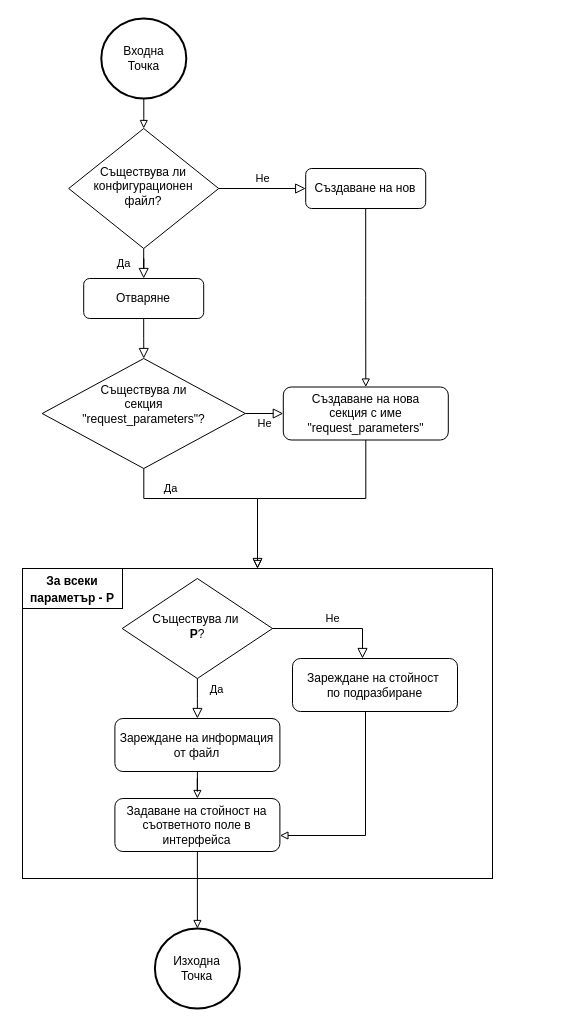
The draw.io diagram page "config" (4 of 5) of docs/Блоксхеми/technical_charts.drawio in nikolaizhnikolov/NVNA-Schedule-Exporter, before the edit. Source tidied: cells renumbered, new cells numbered last; positions are measured from the earlier drawing's top-left corner, leaving out a move shared by most shapes. Both pictures are drawn from the tidied source at 100%, with x=0, y=0 at pixel (22, 18).
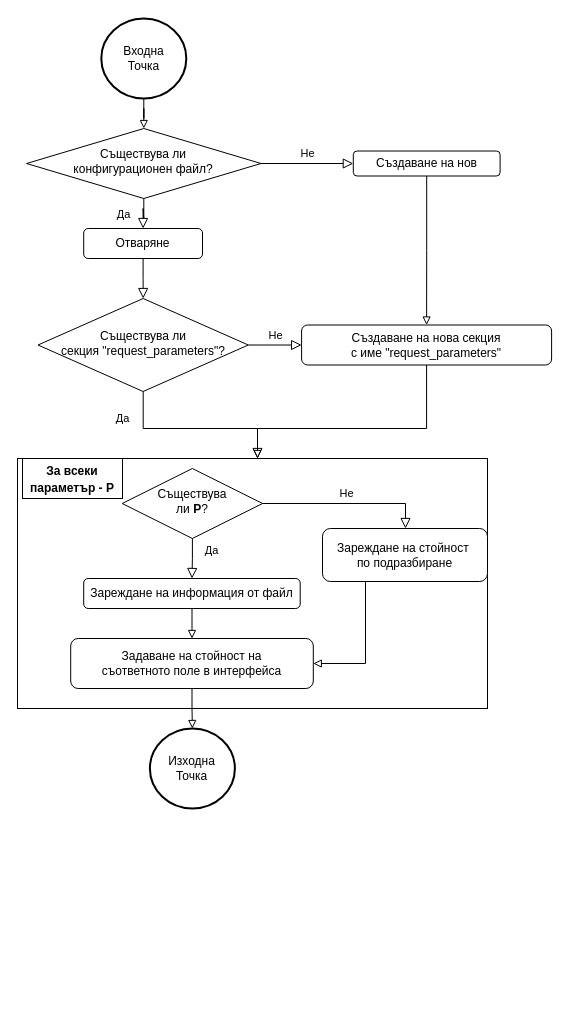
The same diagram, later.

Diff of the diagram source:
```diff
@@
     <mxCell id="2" style="rounded=0;whiteSpace=wrap;html=1;fontSize=14;" parent="1" vertex="1">
-      <mxGeometry y="550" width="470" height="310" as="geometry" />
+      <mxGeometry x="-5" y="440" width="470" height="250" as="geometry" />
     </mxCell>
     <mxCell id="3" value="&lt;font style=&quot;font-size: 12px&quot;&gt;&lt;b&gt;За всеки &lt;br&gt;параметър - P&lt;/b&gt;&lt;/font&gt;" style="rounded=0;whiteSpace=wrap;html=1;fontSize=14;" parent="1" vertex="1">
-      <mxGeometry y="550" width="100" height="40" as="geometry" />
+      <mxGeometry y="440" width="100" height="40" as="geometry" />
     </mxCell>
@@
-    <mxCell id="6" value="Съществува ли конфигурационен &lt;br&gt;файл?" style="rhombus;whiteSpace=wrap;html=1;shadow=0;fontFamily=Helvetica;fontSize=12;align=center;strokeWidth=1;spacing=6;spacingTop=-4;" parent="1" vertex="1">
-      <mxGeometry x="46.2" y="110" width="150" height="120" as="geometry" />
+    <mxCell id="6" value="Съществува ли &lt;br&gt;конфигурационен файл?" style="rhombus;whiteSpace=wrap;html=1;shadow=0;fontFamily=Helvetica;fontSize=12;align=center;strokeWidth=1;spacing=6;spacingTop=-4;" parent="1" vertex="1">
+      <mxGeometry x="4.1" y="110" width="234.4" height="70" as="geometry" />
     </mxCell>
@@
     <mxCell id="8" value="Създаване на нов" style="rounded=1;whiteSpace=wrap;html=1;fontSize=12;glass=0;strokeWidth=1;shadow=0;" parent="1" vertex="1">
-      <mxGeometry x="283.2" y="150" width="120" height="40" as="geometry" />
+      <mxGeometry x="330.8" y="132.5" width="146.8" height="25" as="geometry" />
     </mxCell>
     <mxCell id="9" value="Отваряне" style="rounded=1;whiteSpace=wrap;html=1;fontSize=12;glass=0;strokeWidth=1;shadow=0;" parent="1" vertex="1">
-      <mxGeometry x="61.2" y="260" width="120" height="40" as="geometry" />
+      <mxGeometry x="61.2" y="210" width="118.8" height="30" as="geometry" />
     </mxCell>
-    <mxCell id="10" value="Съществува ли&lt;br&gt;секция&lt;br&gt;&quot;request_parameters&quot;?&lt;br&gt;&amp;nbsp;" style="rhombus;whiteSpace=wrap;html=1;shadow=0;fontFamily=Helvetica;fontSize=12;align=center;strokeWidth=1;spacing=6;spacingTop=-4;" parent="1" vertex="1">
-      <mxGeometry x="19.7" y="340" width="203.1" height="110" as="geometry" />
+    <mxCell id="10" value="Съществува ли&lt;br&gt;секция&amp;nbsp;&quot;request_parameters&quot;?" style="rhombus;whiteSpace=wrap;html=1;shadow=0;fontFamily=Helvetica;fontSize=12;align=center;strokeWidth=1;spacing=6;spacingTop=-4;" parent="1" vertex="1">
+      <mxGeometry x="15.5" y="280" width="210.3" height="93" as="geometry" />
     </mxCell>
@@
-    <mxCell id="13" style="edgeStyle=orthogonalEdgeStyle;rounded=0;jettySize=auto;html=1;endArrow=block;endFill=0;" parent="1" edge="1" source="14">
+    <mxCell id="13" style="edgeStyle=orthogonalEdgeStyle;rounded=0;jettySize=auto;html=1;endArrow=block;endFill=0;" parent="1" edge="1" source="14" target="2">
       <mxGeometry relative="1" as="geometry">
-        <mxPoint x="235" y="550" as="targetPoint" />
         <Array as="points">
-          <mxPoint x="343" y="480" />
-          <mxPoint x="235" y="480" />
+          <mxPoint x="404" y="410" />
+          <mxPoint x="235" y="410" />
         </Array>
       </mxGeometry>
     </mxCell>
-    <mxCell id="14" value="Създаване на нова&lt;br&gt;секция с име&lt;br&gt;&quot;request_parameters&quot;" style="rounded=1;whiteSpace=wrap;html=1;fontSize=12;glass=0;strokeWidth=1;shadow=0;" parent="1" vertex="1">
-      <mxGeometry x="260.8" y="368.5" width="165" height="53" as="geometry" />
+    <mxCell id="14" value="Създаване на нова секция &lt;br&gt;с име &quot;request_parameters&quot;" style="rounded=1;whiteSpace=wrap;html=1;fontSize=12;glass=0;strokeWidth=1;shadow=0;" parent="1" vertex="1">
+      <mxGeometry x="279.1" y="306.5" width="250" height="40" as="geometry" />
     </mxCell>
@@
     <mxCell id="16" value="Зареждане на информация от файл" style="rounded=1;whiteSpace=wrap;html=1;fontSize=12;glass=0;strokeWidth=1;shadow=0;" parent="1" vertex="1">
-      <mxGeometry x="92.4" y="700" width="165" height="53" as="geometry" />
+      <mxGeometry x="61.2" y="560" width="216.5" height="30" as="geometry" />
     </mxCell>
-    <mxCell id="17" value="Да" style="rounded=0;html=1;jettySize=auto;fontSize=11;endArrow=block;endFill=0;endSize=8;strokeWidth=1;shadow=0;labelBackgroundColor=none;edgeStyle=orthogonalEdgeStyle;" parent="1" edge="1" source="10">
-      <mxGeometry x="-0.47" y="10" relative="1" as="geometry">
-        <mxPoint x="235" y="550" as="targetPoint" />
+    <mxCell id="17" value="Да" style="rounded=0;html=1;jettySize=auto;fontSize=11;endArrow=block;endFill=0;endSize=8;strokeWidth=1;shadow=0;labelBackgroundColor=none;edgeStyle=orthogonalEdgeStyle;" parent="1" edge="1" source="10" target="2">
+      <mxGeometry x="-0.7" y="-21" relative="1" as="geometry">
         <Array as="points">
-          <mxPoint x="121" y="480" />
-          <mxPoint x="235" y="480" />
+          <mxPoint x="121" y="410" />
+          <mxPoint x="235" y="410" />
         </Array>
       </mxGeometry>
     </mxCell>
     <mxCell id="18" style="edgeStyle=orthogonalEdgeStyle;rounded=0;jettySize=auto;html=1;endArrow=block;endFill=0;fontSize=14;" parent="1" edge="1" source="19" target="24">
       <mxGeometry relative="1" as="geometry">
         <Array as="points">
-          <mxPoint x="343" y="817" />
+          <mxPoint x="343" y="645" />
         </Array>
       </mxGeometry>
     </mxCell>
     <mxCell id="19" value="Зареждане на стойност&amp;nbsp;&lt;br&gt;по подразбиране" style="rounded=1;whiteSpace=wrap;html=1;fontSize=12;glass=0;strokeWidth=1;shadow=0;" parent="1" vertex="1">
-      <mxGeometry x="270" y="640" width="165" height="53" as="geometry" />
+      <mxGeometry x="300" y="510" width="165" height="53" as="geometry" />
     </mxCell>
-    <mxCell id="20" value="Съществува ли&amp;nbsp;&lt;br&gt;&lt;b&gt;P&lt;/b&gt;?" style="rhombus;whiteSpace=wrap;html=1;shadow=0;fontFamily=Helvetica;fontSize=12;align=center;strokeWidth=1;spacing=6;spacingTop=-4;" parent="1" vertex="1">
-      <mxGeometry x="99.7" y="560" width="150.3" height="100" as="geometry" />
+    <mxCell id="20" value="Съществува &lt;br&gt;ли&amp;nbsp;&lt;b&gt;P&lt;/b&gt;?" style="rhombus;whiteSpace=wrap;html=1;shadow=0;fontFamily=Helvetica;fontSize=12;align=center;strokeWidth=1;spacing=6;spacingTop=-4;" parent="1" vertex="1">
+      <mxGeometry x="99.7" y="450" width="140.3" height="70" as="geometry" />
     </mxCell>
@@
     <mxCell id="22" value="Не" style="edgeStyle=orthogonalEdgeStyle;rounded=0;html=1;jettySize=auto;fontSize=11;endArrow=block;endFill=0;endSize=8;strokeWidth=1;shadow=0;labelBackgroundColor=none;" parent="1" edge="1" source="20" target="19">
       <mxGeometry y="10" relative="1" as="geometry">
         <Array as="points">
-          <mxPoint x="340" y="610" />
+          <mxPoint x="383" y="485" />
         </Array>
       </mxGeometry>
     </mxCell>
@@
-    <mxCell id="24" value="Задаване на стойност на съответното поле в интерфейса" style="rounded=1;whiteSpace=wrap;html=1;fontSize=12;glass=0;strokeWidth=1;shadow=0;" parent="1" vertex="1">
-      <mxGeometry x="92.4" y="780" width="165" height="53" as="geometry" />
+    <mxCell id="24" value="Задаване на стойност на &lt;br&gt;съответното поле в интерфейса" style="rounded=1;whiteSpace=wrap;html=1;fontSize=12;glass=0;strokeWidth=1;shadow=0;" parent="1" vertex="1">
+      <mxGeometry x="48.2" y="620" width="242.6" height="50" as="geometry" />
     </mxCell>
@@
     <mxCell id="27" value="Изходна&lt;br&gt;Точка" style="strokeWidth=2;html=1;shape=mxgraph.flowchart.start_2;whiteSpace=wrap;" parent="1" vertex="1">
-      <mxGeometry x="132.4" y="910" width="85" height="80" as="geometry" />
+      <mxGeometry x="127.4" y="710" width="85" height="80" as="geometry" />
     </mxCell>
```
